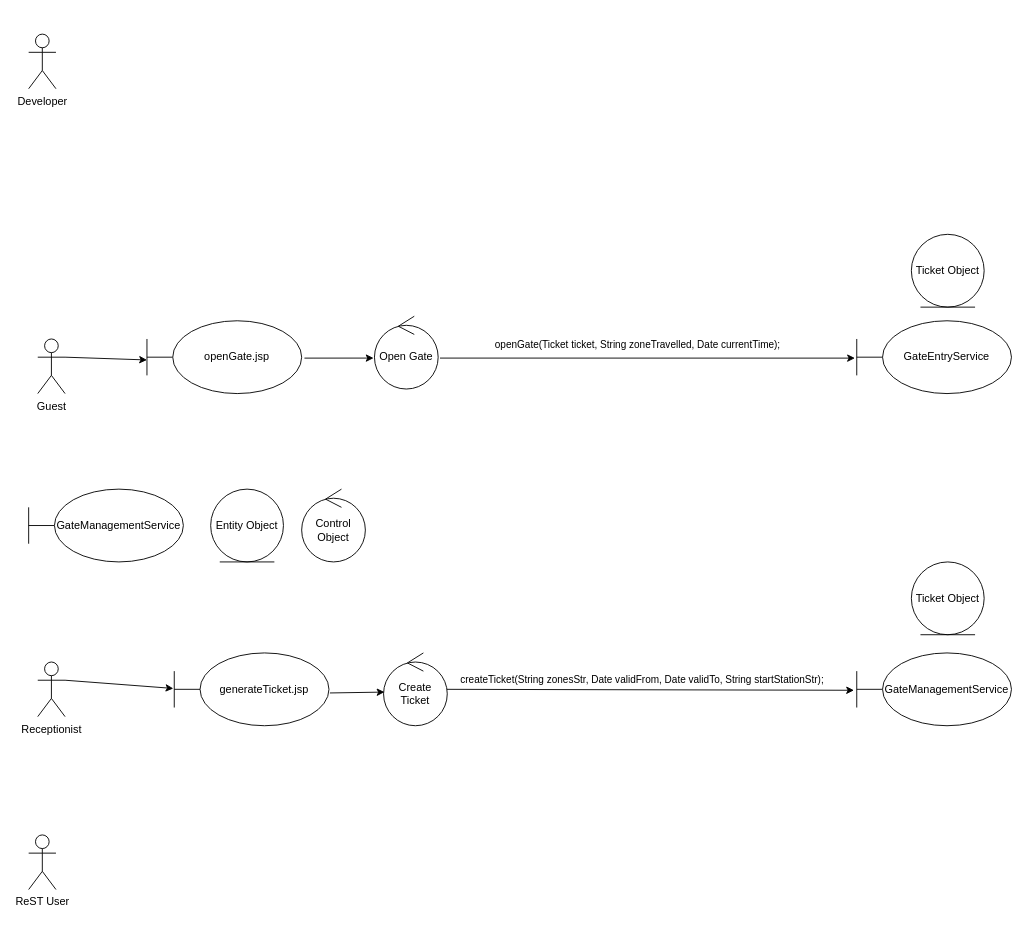
Above: week7/drawio/Untitled Diagram.drawio in RomanDom88/solent2Public (draw.io), before the change. Source tidied: cells renumbered, new cells numbered last; positions are measured from the earlier drawing's top-left corner, leaving out a move shared by most shapes. Both pictures are drawn from the tidied source at 91%, with x=0, y=0 at pixel (28, 34).
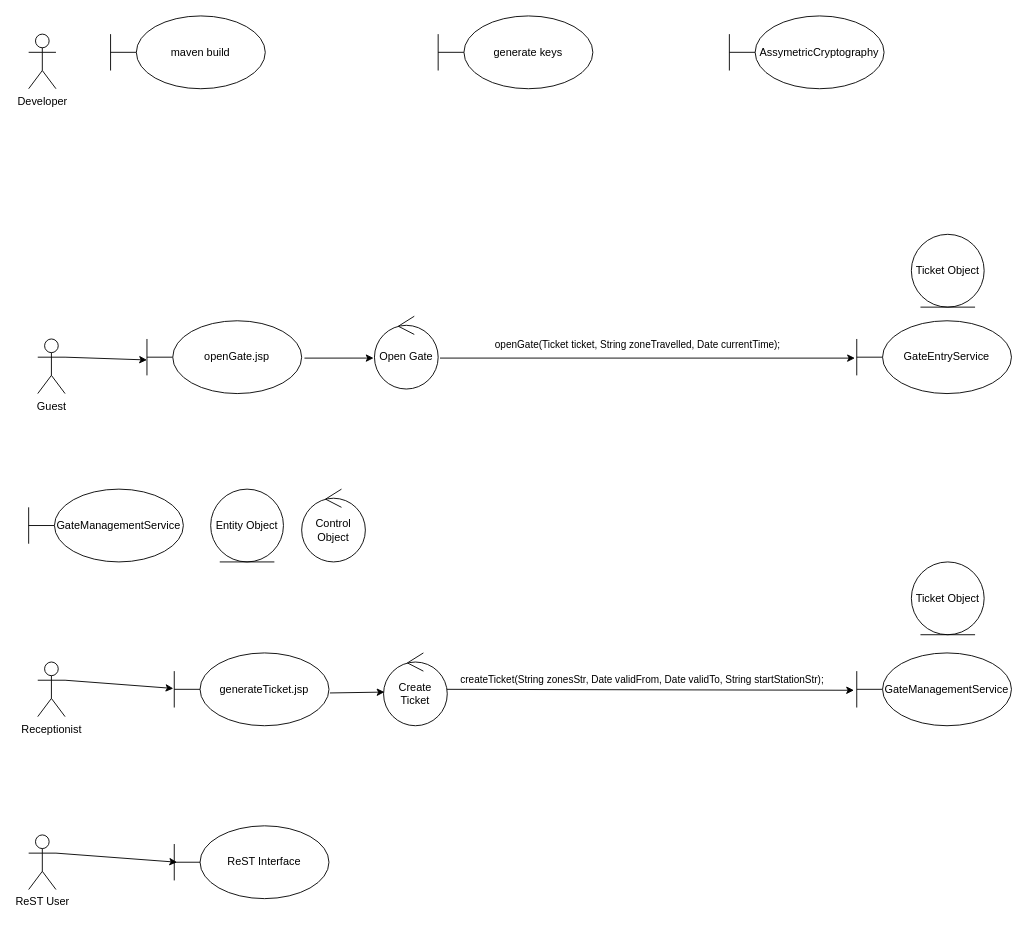
The same page after the edit.

The change refers to these unchanged cells:
```xml
<mxCell id="21" value="ReST User&lt;br&gt;" style="shape=umlActor;verticalLabelPosition=bottom;verticalAlign=top;html=1;outlineConnect=0;" parent="1" vertex="1">
  <mxGeometry y="880" width="30" height="60" as="geometry" />
</mxCell>
```

Diff of the diagram source:
```diff
@@
+    <mxCell id="23" style="endArrow=classic;html=1;exitX=1;exitY=0.3333333333333333;exitDx=0;exitDy=0;exitPerimeter=0;entryX=0.018;entryY=0.5;entryDx=0;entryDy=0;entryPerimeter=0;" parent="1" edge="1" source="21" target="24">
+      <mxGeometry relative="1" as="geometry" />
+    </mxCell>
+    <mxCell id="24" value="ReST Interface" style="shape=umlBoundary;whiteSpace=wrap;html=1;" parent="1" vertex="1">
+      <mxGeometry x="160" y="870" width="170" height="80" as="geometry" />
+    </mxCell>
+    <mxCell id="25" value="maven build" style="shape=umlBoundary;whiteSpace=wrap;html=1;" parent="1" vertex="1">
+      <mxGeometry x="90" y="-20" width="170" height="80" as="geometry" />
+    </mxCell>
+    <mxCell id="26" value="generate keys" style="shape=umlBoundary;whiteSpace=wrap;html=1;" parent="1" vertex="1">
+      <mxGeometry x="450" y="-20" width="170" height="80" as="geometry" />
+    </mxCell>
+    <mxCell id="27" value="AssymetricCryptography" style="shape=umlBoundary;whiteSpace=wrap;html=1;" parent="1" vertex="1">
+      <mxGeometry x="770" y="-20" width="170" height="80" as="geometry" />
+    </mxCell>
```
